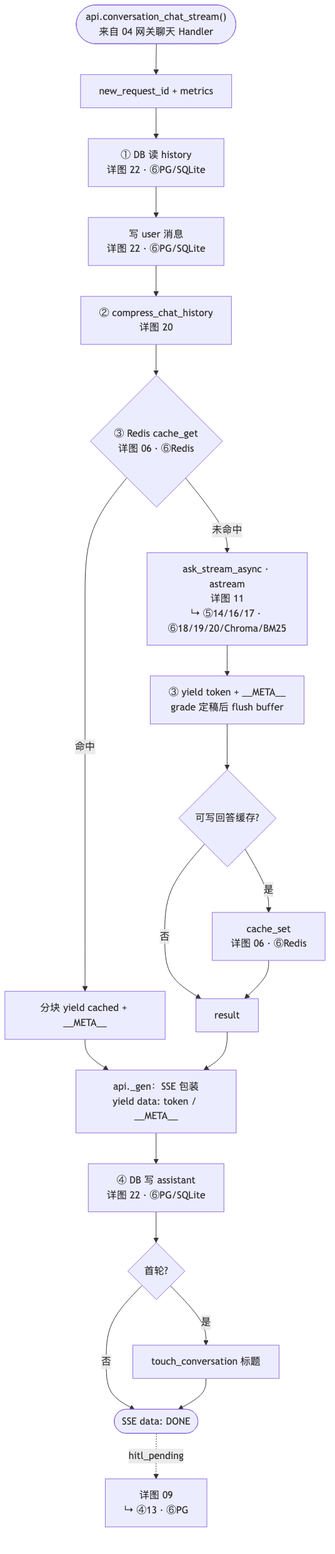
This is project_00_rag_agent/docs/diagrams/08_ask_stream.png from charlie-chann/ai-agent-langgraph-main, a Mermaid export, as it was before one commit. Its source is kept beside it as project_00_rag_agent/docs/diagrams/source/08_ask_stream.mmd.
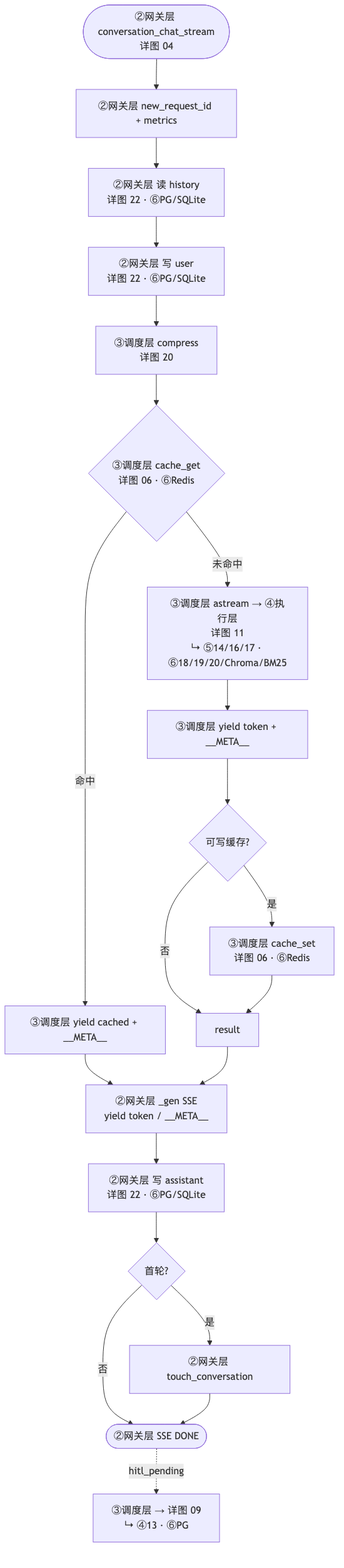
The same file after the commit.

What changed in the source:
```diff
@@ -1,28 +1,28 @@
 flowchart TD
-    START(["api.conversation_chat_stream()<br/>来自 04 网关聊天 Handler"]) --> RID[new_request_id + metrics]
-    RID --> LOAD["① DB 读 history<br/>详图 22 · ⑥PG/SQLite"]
-    LOAD --> UMSG["写 user 消息<br/>详图 22 · ⑥PG/SQLite"]
+    START(["②网关层 conversation_chat_stream<br/>详图 04"]) --> RID["②网关层 new_request_id + metrics"]
+    RID --> LOAD["②网关层 读 history<br/>详图 22 · ⑥PG/SQLite"]
+    LOAD --> UMSG["②网关层 写 user<br/>详图 22 · ⑥PG/SQLite"]
 
-    UMSG --> A1["② compress_chat_history<br/>详图 20"]
-    A1 --> A2{"③ Redis cache_get<br/>详图 06 · ⑥Redis"}
+    UMSG --> A1["③调度层 compress<br/>详图 20"]
+    A1 --> A2{"③调度层 cache_get<br/>详图 06 · ⑥Redis"}
 
-    A2 -->|命中| A2H[分块 yield cached + __META__]
-    A2 -->|未命中| A3["ask_stream_async · astream<br/>详图 11<br/>↳ ⑤14/16/17 · ⑥18/19/20/Chroma/BM25"]
+    A2 -->|命中| A2H["③调度层 yield cached + __META__"]
+    A2 -->|未命中| A3["③调度层 astream → ④执行层<br/>详图 11<br/>↳ ⑤14/16/17 · ⑥18/19/20/Chroma/BM25"]
 
-    A3 --> A4["③ yield token + __META__<br/>grade 定稿后 flush buffer"]
-    A4 --> A5{可写回答缓存?}
-    A5 -->|是| A6["cache_set<br/>详图 06 · ⑥Redis"]
+    A3 --> A4["③调度层 yield token + __META__"]
+    A4 --> A5{可写缓存?}
+    A5 -->|是| A6["③调度层 cache_set<br/>详图 06 · ⑥Redis"]
     A5 -->|否| MERGE[result]
     A6 --> MERGE
 
     A2H --> WRAP
-    MERGE --> WRAP["api._gen：SSE 包装<br/>yield data: token / __META__"]
+    MERGE --> WRAP["②网关层 _gen SSE<br/>yield token / __META__"]
 
-    WRAP --> SAVE["④ DB 写 assistant<br/>详图 22 · ⑥PG/SQLite"]
+    WRAP --> SAVE["②网关层 写 assistant<br/>详图 22 · ⑥PG/SQLite"]
     SAVE --> TIT{首轮?}
-    TIT -->|是| TITLE[touch_conversation 标题]
+    TIT -->|是| TITLE["②网关层 touch_conversation"]
     TIT -->|否| RETURN
-    TITLE --> RETURN(["SSE data: DONE"])
+    TITLE --> RETURN(["②网关层 SSE DONE"])
 
-    RETURN -.->|hitl_pending| H09["详图 09<br/>↳ ④13 · ⑥PG"]
+    RETURN -.->|hitl_pending| H09["③调度层 → 详图 09<br/>↳ ④13 · ⑥PG"]
 
```
